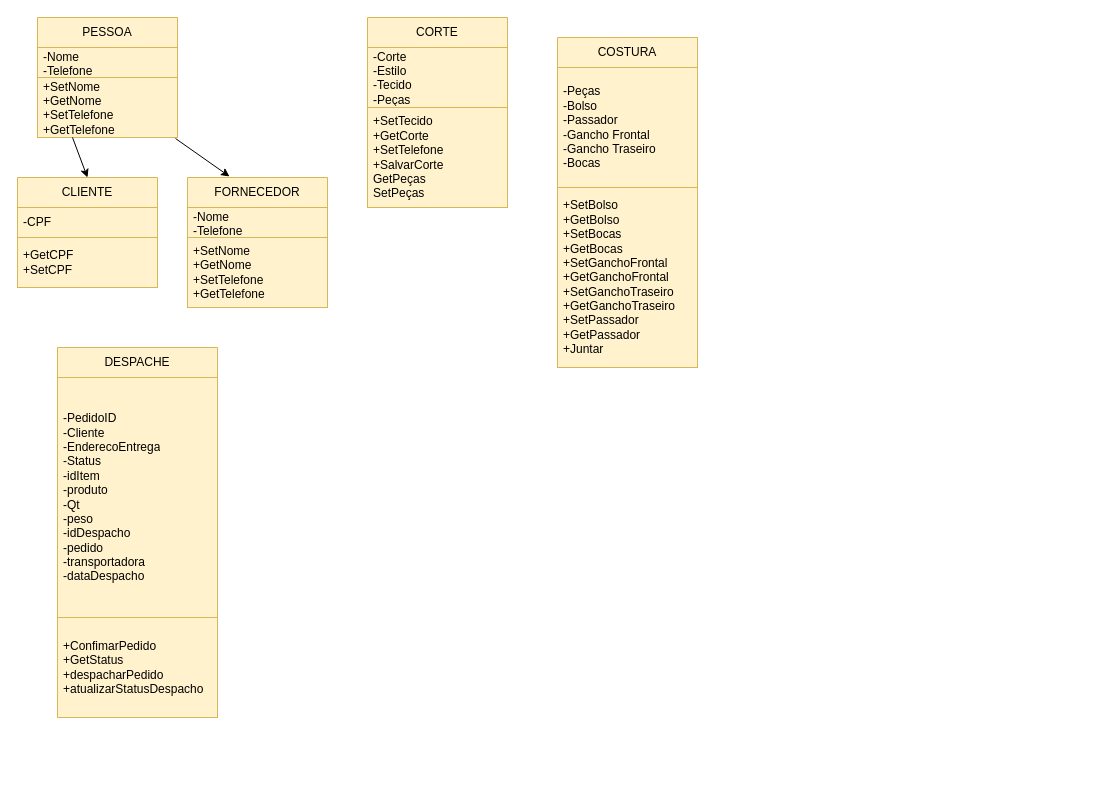
Above: Doc/Classes.drawio in arthurmatheusfr/projeto-novo (draw.io), before the change. Source tidied: cells renumbered, new cells numbered last; positions are measured from the earlier drawing's top-left corner, leaving out a move shared by most shapes. Both pictures are drawn from the tidied source at 100%, with x=0, y=0 at pixel (17, 17).
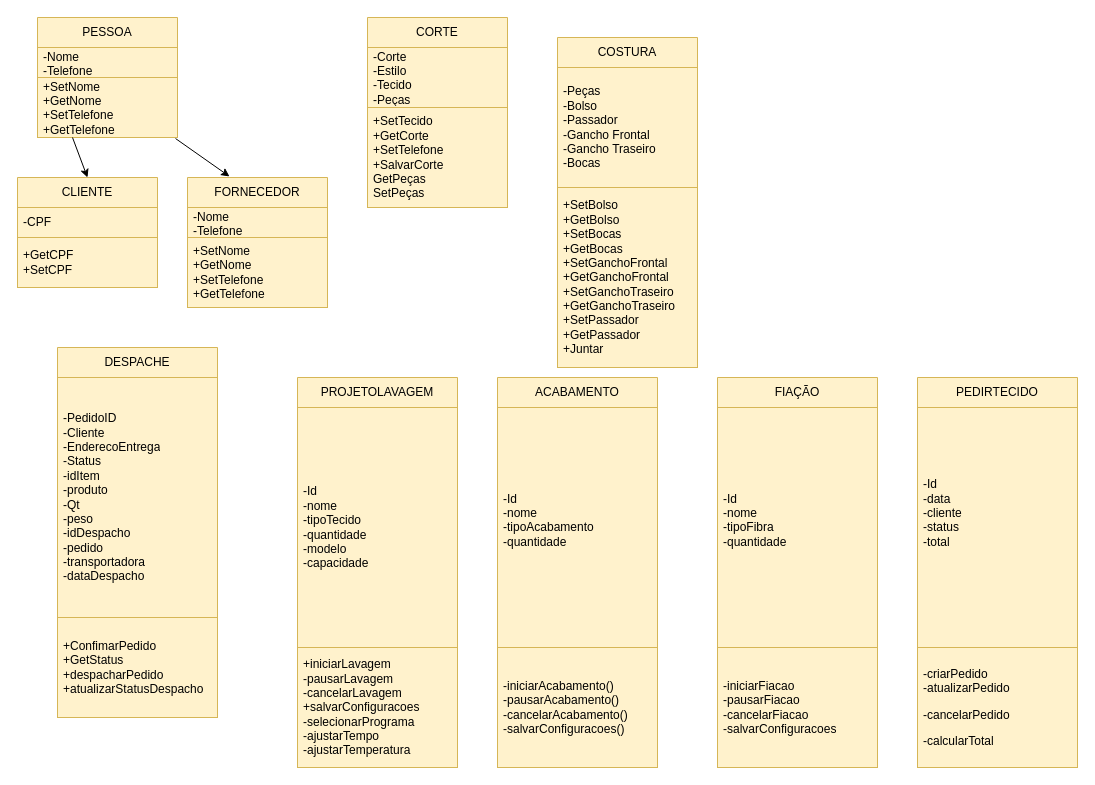
Above is the later version.

What changed in the source:
```diff
@@
+    <mxCell id="22" value="PROJETOLAVAGEM" style="swimlane;fontStyle=0;horizontal=1;startSize=30;whiteSpace=wrap;html=1;fillColor=#fff2cc;strokeColor=#d6b656;" parent="1" vertex="1">
+      <mxGeometry x="280" y="360" width="160" height="390" as="geometry" />
+    </mxCell>
+    <mxCell id="23" value="&lt;span style=&quot;background-color: initial;&quot;&gt;-Id&lt;/span&gt;&lt;br&gt;&lt;span style=&quot;background-color: initial;&quot;&gt;-nome&lt;/span&gt;&lt;div&gt;&lt;span style=&quot;background-color: initial;&quot;&gt;-tipoTecido&lt;/span&gt;&lt;/div&gt;&lt;div&gt;&lt;span style=&quot;background-color: initial;&quot;&gt;-quantidade&lt;/span&gt;&lt;/div&gt;&lt;div&gt;&lt;span style=&quot;background-color: initial;&quot;&gt;-modelo&lt;/span&gt;&lt;br&gt;&lt;span style=&quot;background-color: initial;&quot;&gt;-capacidade&lt;/span&gt;&lt;br&gt;&lt;/div&gt;" style="text;strokeColor=#d6b656;fillColor=#fff2cc;align=left;verticalAlign=middle;spacingLeft=4;spacingRight=4;overflow=hidden;whiteSpace=wrap;html=1;" parent="22" vertex="1">
+      <mxGeometry y="30" width="160" height="240" as="geometry" />
+    </mxCell>
+    <mxCell id="24" value="&lt;span style=&quot;background-color: initial;&quot;&gt;+iniciarLavagem&lt;/span&gt;&lt;br&gt;&lt;span style=&quot;background-color: initial;&quot;&gt;-pausarLavagem&lt;/span&gt;&lt;br&gt;&lt;span style=&quot;background-color: initial;&quot;&gt;-cancelarLavagem&lt;/span&gt;&lt;br&gt;&lt;span style=&quot;background-color: initial;&quot;&gt;+salvarConfiguracoes&lt;/span&gt;&lt;div&gt;&lt;span style=&quot;background-color: initial;&quot;&gt;-selecionarPrograma&lt;/span&gt;&lt;br&gt;&lt;span style=&quot;background-color: initial;&quot;&gt;-ajustarTempo&lt;/span&gt;&lt;br&gt;&lt;span style=&quot;background-color: initial;&quot;&gt;-ajustarTemperatura&lt;/span&gt;&lt;br&gt;&lt;/div&gt;" style="text;strokeColor=#d6b656;fillColor=#fff2cc;align=left;verticalAlign=middle;spacingLeft=4;spacingRight=4;overflow=hidden;whiteSpace=wrap;html=1;" parent="22" vertex="1">
+      <mxGeometry y="270" width="160" height="120" as="geometry" />
+    </mxCell>
+    <mxCell id="25" value="ACABAMENTO" style="swimlane;fontStyle=0;horizontal=1;startSize=30;whiteSpace=wrap;html=1;fillColor=#fff2cc;strokeColor=#d6b656;" parent="1" vertex="1">
+      <mxGeometry x="480" y="360" width="160" height="390" as="geometry" />
+    </mxCell>
+    <mxCell id="26" value="&lt;span style=&quot;background-color: initial;&quot;&gt;-Id&lt;/span&gt;&lt;br&gt;&lt;span style=&quot;background-color: initial;&quot;&gt;-nome&lt;/span&gt;&lt;div&gt;&lt;span style=&quot;background-color: initial;&quot;&gt;-tipoAcabamento&lt;/span&gt;&lt;/div&gt;&lt;div&gt;&lt;span style=&quot;background-color: initial;&quot;&gt;-quantidade&lt;/span&gt;&lt;/div&gt;&lt;div&gt;&lt;br&gt;&lt;/div&gt;" style="text;strokeColor=#d6b656;fillColor=#fff2cc;align=left;verticalAlign=middle;spacingLeft=4;spacingRight=4;overflow=hidden;whiteSpace=wrap;html=1;" parent="25" vertex="1">
+      <mxGeometry y="30" width="160" height="240" as="geometry" />
+    </mxCell>
+    <mxCell id="27" value="&lt;span style=&quot;background-color: initial;&quot;&gt;-iniciarAcabamento()&lt;/span&gt;&lt;br&gt;&lt;span style=&quot;background-color: initial;&quot;&gt;-pausarAcabamento()&lt;/span&gt;&lt;br&gt;&lt;span style=&quot;background-color: initial;&quot;&gt;-cancelarAcabamento()&lt;/span&gt;&lt;br&gt;&lt;span style=&quot;background-color: initial;&quot;&gt;-salvarConfiguracoes()&lt;/span&gt;" style="text;strokeColor=#d6b656;fillColor=#fff2cc;align=left;verticalAlign=middle;spacingLeft=4;spacingRight=4;overflow=hidden;whiteSpace=wrap;html=1;" parent="25" vertex="1">
+      <mxGeometry y="270" width="160" height="120" as="geometry" />
+    </mxCell>
+    <mxCell id="28" value="FIAÇÃO" style="swimlane;fontStyle=0;horizontal=1;startSize=30;whiteSpace=wrap;html=1;fillColor=#fff2cc;strokeColor=#d6b656;" parent="1" vertex="1">
+      <mxGeometry x="700" y="360" width="160" height="390" as="geometry" />
+    </mxCell>
+    <mxCell id="29" value="&lt;span style=&quot;background-color: initial;&quot;&gt;-Id&lt;/span&gt;&lt;br&gt;&lt;span style=&quot;background-color: initial;&quot;&gt;-nome&lt;/span&gt;&lt;div&gt;&lt;span style=&quot;background-color: initial;&quot;&gt;-tipoFibra&lt;/span&gt;&lt;/div&gt;&lt;div&gt;&lt;span style=&quot;background-color: initial;&quot;&gt;-quantidade&lt;/span&gt;&lt;/div&gt;&lt;div&gt;&lt;br&gt;&lt;/div&gt;" style="text;strokeColor=#d6b656;fillColor=#fff2cc;align=left;verticalAlign=middle;spacingLeft=4;spacingRight=4;overflow=hidden;whiteSpace=wrap;html=1;" parent="28" vertex="1">
+      <mxGeometry y="30" width="160" height="240" as="geometry" />
+    </mxCell>
+    <mxCell id="30" value="&lt;span style=&quot;background-color: initial;&quot;&gt;-iniciarFiacao&lt;/span&gt;&lt;br&gt;&lt;span style=&quot;background-color: initial;&quot;&gt;-pausarFiacao&lt;/span&gt;&lt;br&gt;&lt;span style=&quot;background-color: initial;&quot;&gt;-cancelarFiacao&lt;/span&gt;&lt;br&gt;&lt;span style=&quot;background-color: initial;&quot;&gt;-salvarConfiguracoes&lt;/span&gt;" style="text;strokeColor=#d6b656;fillColor=#fff2cc;align=left;verticalAlign=middle;spacingLeft=4;spacingRight=4;overflow=hidden;whiteSpace=wrap;html=1;" parent="28" vertex="1">
+      <mxGeometry y="270" width="160" height="120" as="geometry" />
+    </mxCell>
+    <mxCell id="31" value="PEDIRTECIDO" style="swimlane;fontStyle=0;horizontal=1;startSize=30;whiteSpace=wrap;html=1;fillColor=#fff2cc;strokeColor=#d6b656;" parent="1" vertex="1">
+      <mxGeometry x="900" y="360" width="160" height="390" as="geometry" />
+    </mxCell>
+    <mxCell id="32" value="&lt;span style=&quot;background-color: initial;&quot;&gt;-Id&lt;/span&gt;&lt;br&gt;&lt;div&gt;&lt;span style=&quot;background-color: initial;&quot;&gt;-data&lt;/span&gt;&lt;br&gt;&lt;span style=&quot;background-color: initial;&quot;&gt;-cliente&lt;/span&gt;&lt;br&gt;&lt;span style=&quot;background-color: initial;&quot;&gt;-status&lt;/span&gt;&lt;br&gt;&lt;span style=&quot;background-color: initial;&quot;&gt;-total&lt;/span&gt;&lt;br&gt;&lt;br&gt;&lt;/div&gt;&lt;div&gt;&lt;br&gt;&lt;/div&gt;" style="text;strokeColor=#d6b656;fillColor=#fff2cc;align=left;verticalAlign=middle;spacingLeft=4;spacingRight=4;overflow=hidden;whiteSpace=wrap;html=1;" parent="31" vertex="1">
+      <mxGeometry y="30" width="160" height="240" as="geometry" />
+    </mxCell>
+    <mxCell id="33" value="&lt;div&gt;&lt;br&gt;&lt;/div&gt;&lt;span style=&quot;background-color: initial;&quot;&gt;-criarPedido&lt;/span&gt;&lt;br&gt;&lt;span style=&quot;background-color: initial;&quot;&gt;-atualizarPedido&lt;/span&gt;&lt;br style=&quot;background-color: initial;&quot;&gt;&lt;ul style=&quot;background-color: initial;&quot;&gt;&lt;/ul&gt;&lt;span style=&quot;background-color: initial;&quot;&gt;-cancelarPedido&lt;/span&gt;&lt;br style=&quot;background-color: initial;&quot;&gt;&lt;ul style=&quot;background-color: initial;&quot;&gt;&lt;/ul&gt;&lt;span style=&quot;background-color: initial;&quot;&gt;-calcularTotal&lt;/span&gt;&lt;div&gt;&lt;br&gt;&lt;/div&gt;" style="text;strokeColor=#d6b656;fillColor=#fff2cc;align=left;verticalAlign=middle;spacingLeft=4;spacingRight=4;overflow=hidden;whiteSpace=wrap;html=1;" parent="31" vertex="1">
+      <mxGeometry y="270" width="160" height="120" as="geometry" />
+    </mxCell>
```
